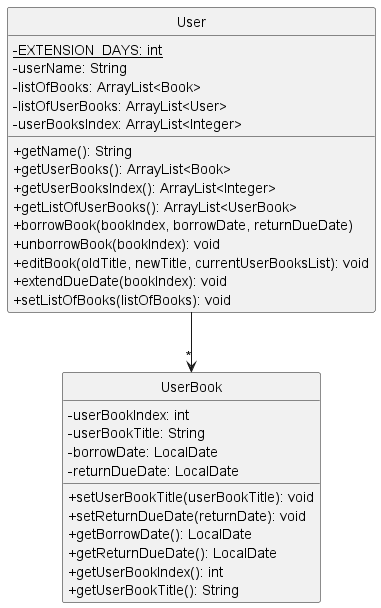
Before: docs/images/UserComponentClassDiagram.png, a diagram exported from PlantUML (kirangeofran/tp).
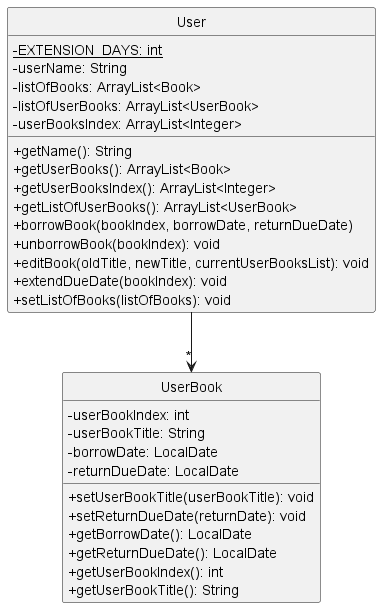
The same diagram one commit later.

Commit message:
Fix User component class diagram

The edit, as a diff of the source:
```diff
@@ -8,7 +8,7 @@
     - {static} EXTENSION_DAYS: int
     - userName: String
     - listOfBooks: ArrayList<Book>
-    - listOfUserBooks: ArrayList<User>
+    - listOfUserBooks: ArrayList<UserBook>
     - userBooksIndex: ArrayList<Integer>
     + getName(): String
     + getUserBooks(): ArrayList<Book>
```
